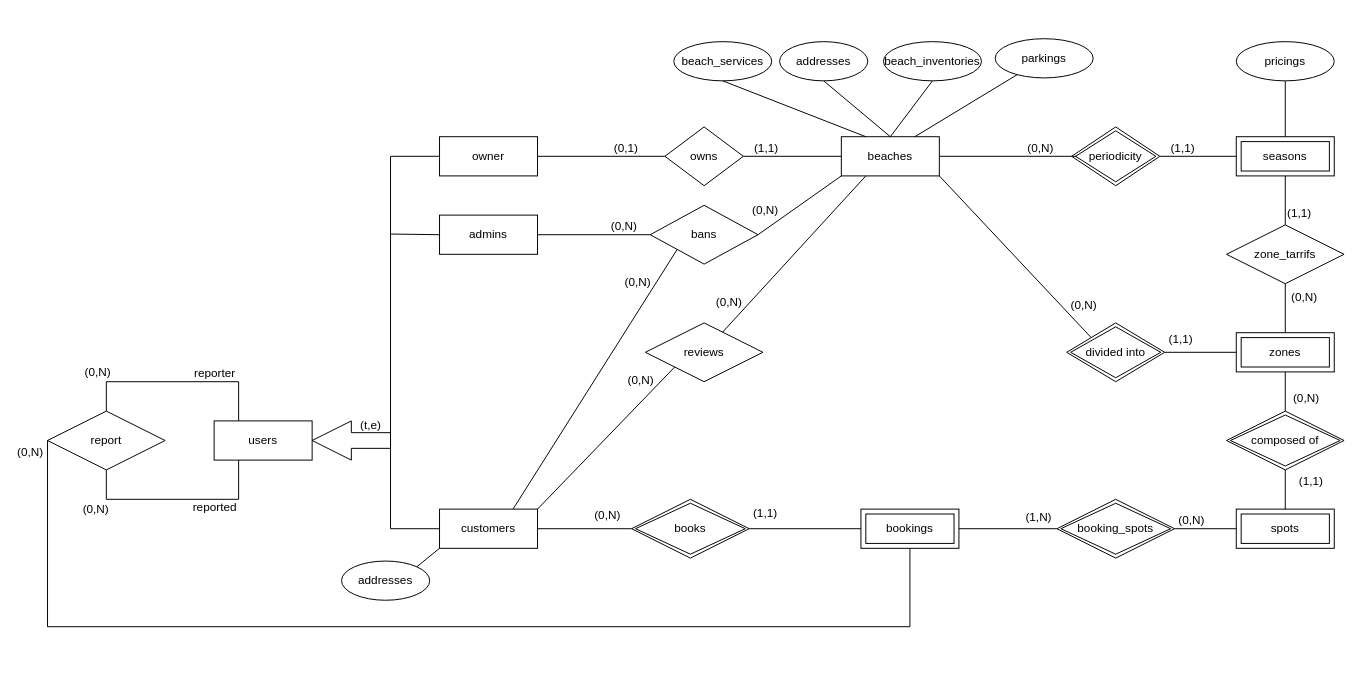
The draw.io diagram UML/ModelloER.drawio in Teengamer37/gestione_stabilimento_balneare, before the edit. Source tidied: cells renumbered, new cells numbered last; positions are measured from the earlier drawing's top-left corner, leaving out a move shared by most shapes. Both pictures are drawn from the tidied source at 98%, with x=0, y=0 at pixel (44, 38).
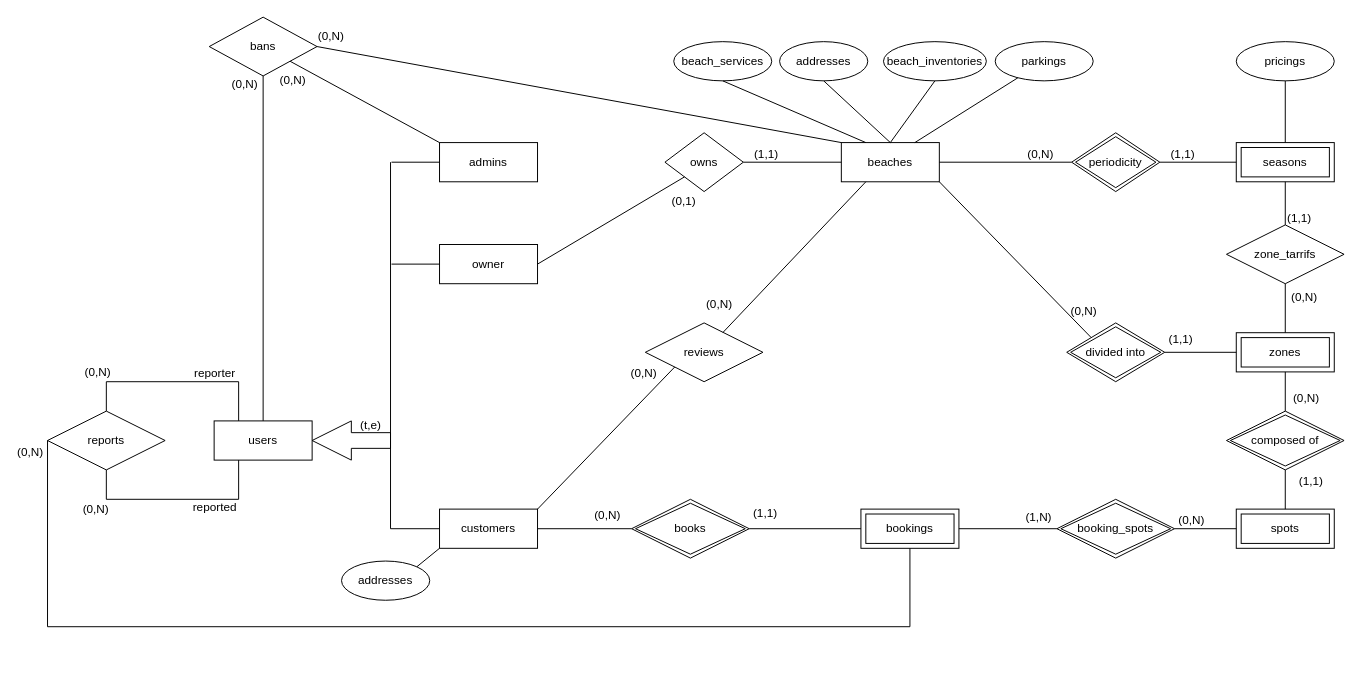
Above is the later version.

Commit message (it also covers changes not shown here):
Creazione schema DB: business rules

Unchanged cells that the change refers to:
```xml
<mxCell id="4" value="users" style="whiteSpace=wrap;html=1;align=center;" parent="1" vertex="1">
  <mxGeometry x="173" y="390" width="100" height="40" as="geometry" />
</mxCell>
<mxCell id="8" value="customers" style="whiteSpace=wrap;html=1;align=center;" parent="1" vertex="1">
  <mxGeometry x="403" y="480" width="100" height="40" as="geometry" />
</mxCell>
<mxCell id="61" style="endArrow=none;html=1;rounded=0;entryX=0.25;entryY=1;entryDx=0;entryDy=0;" parent="1" edge="1" source="24" target="7">
  <mxGeometry relative="1" as="geometry" />
</mxCell>
<mxCell id="63" style="endArrow=none;html=1;rounded=0;entryX=1;entryY=0;entryDx=0;entryDy=0;exitX=0;exitY=1;exitDx=0;exitDy=0;" parent="1" edge="1" source="24" target="8">
  <mxGeometry relative="1" as="geometry" />
</mxCell>
```

Diff of the diagram source:
```diff
@@
     <mxCell id="3" value="admins" style="whiteSpace=wrap;html=1;align=center;" parent="1" vertex="1">
-      <mxGeometry x="403" y="180" width="100" height="40" as="geometry" />
+      <mxGeometry x="403" y="106" width="100" height="40" as="geometry" />
     </mxCell>
@@
     <mxCell id="5" value="beach_inventories" style="ellipse;whiteSpace=wrap;html=1;align=center;" parent="1" vertex="1">
-      <mxGeometry x="856" y="3" width="100" height="40" as="geometry" />
+      <mxGeometry x="856" y="3" width="105" height="40" as="geometry" />
     </mxCell>
@@
     <mxCell id="7" value="beaches" style="whiteSpace=wrap;html=1;align=center;" parent="1" vertex="1">
-      <mxGeometry x="813" y="100" width="100" height="40" as="geometry" />
+      <mxGeometry x="813" y="106" width="100" height="40" as="geometry" />
     </mxCell>
@@
     <mxCell id="9" value="owner" style="whiteSpace=wrap;html=1;align=center;" parent="1" vertex="1">
-      <mxGeometry x="403" y="100" width="100" height="40" as="geometry" />
+      <mxGeometry x="403" y="210" width="100" height="40" as="geometry" />
     </mxCell>
     <mxCell id="10" value="parkings" style="ellipse;whiteSpace=wrap;html=1;align=center;" parent="1" vertex="1">
-      <mxGeometry x="970" width="100" height="40" as="geometry" />
+      <mxGeometry x="970" y="3" width="100" height="40" as="geometry" />
     </mxCell>
@@
     <mxCell id="12" value="seasons" style="shape=ext;margin=3;double=1;whiteSpace=wrap;html=1;align=center;" parent="1" vertex="1">
-      <mxGeometry x="1216" y="100" width="100" height="40" as="geometry" />
+      <mxGeometry x="1216" y="106" width="100" height="40" as="geometry" />
     </mxCell>
@@
     <mxCell id="16" value="owns" style="shape=rhombus;perimeter=rhombusPerimeter;whiteSpace=wrap;html=1;align=center;" parent="1" vertex="1">
-      <mxGeometry x="633" y="90" width="80" height="60" as="geometry" />
+      <mxGeometry x="633" y="96" width="80" height="60" as="geometry" />
     </mxCell>
     <mxCell id="17" value="periodicity" style="shape=rhombus;double=1;perimeter=rhombusPerimeter;whiteSpace=wrap;html=1;align=center;" parent="1" vertex="1">
-      <mxGeometry x="1048" y="90" width="90" height="60" as="geometry" />
+      <mxGeometry x="1048" y="96" width="90" height="60" as="geometry" />
     </mxCell>
@@
-    <mxCell id="20" value="report" style="shape=rhombus;perimeter=rhombusPerimeter;whiteSpace=wrap;html=1;align=center;" parent="1" vertex="1">
+    <mxCell id="20" value="reports" style="shape=rhombus;perimeter=rhombusPerimeter;whiteSpace=wrap;html=1;align=center;" parent="1" vertex="1">
       <mxGeometry x="3" y="380" width="120" height="60" as="geometry" />
     </mxCell>
     <mxCell id="21" value="bans" style="shape=rhombus;perimeter=rhombusPerimeter;whiteSpace=wrap;html=1;align=center;" parent="1" vertex="1">
-      <mxGeometry x="618" y="170" width="110" height="60" as="geometry" />
+      <mxGeometry x="168" y="-22" width="110" height="60" as="geometry" />
     </mxCell>
@@
-    <mxCell id="33" style="line;strokeWidth=1;dashed=0;labelPosition=right;align=left;verticalAlign=middle;spacingTop=0;spacingLeft=6;" parent="1" vertex="1">
-      <mxGeometry x="353" y="115" width="50" height="10" as="geometry" />
-    </mxCell>
     <mxCell id="34" style="endArrow=none;html=1;rounded=0;" parent="1" edge="1">
       <mxGeometry relative="1" as="geometry">
         <mxPoint x="353" y="500" as="sourcePoint" />
-        <mxPoint x="353" y="120" as="targetPoint" />
+        <mxPoint x="353" y="126" as="targetPoint" />
       </mxGeometry>
     </mxCell>
@@
     <mxCell id="37" style="endArrow=none;html=1;rounded=0;entryX=0;entryY=0.5;entryDx=0;entryDy=0;" parent="1" edge="1" target="3">
       <mxGeometry relative="1" as="geometry">
-        <mxPoint x="353" y="199.3" as="sourcePoint" />
+        <mxPoint x="354" y="126" as="sourcePoint" />
       </mxGeometry>
     </mxCell>
@@
-    <mxCell id="47" style="endArrow=none;html=1;rounded=0;entryX=0;entryY=0.5;entryDx=0;entryDy=0;exitX=1;exitY=0.5;exitDx=0;exitDy=0;" parent="1" edge="1" source="9" target="16">
+    <mxCell id="47" style="endArrow=none;html=1;rounded=0;entryX=0;entryY=1;entryDx=0;entryDy=0;exitX=1;exitY=0.5;exitDx=0;exitDy=0;" parent="1" edge="1" source="9" target="16">
       <mxGeometry relative="1" as="geometry" />
     </mxCell>
     <mxCell id="48" value="(0,1)" style="html=1;whiteSpace=wrap;align=right;verticalAlign=bottom;" parent="47" vertex="1">
       <mxGeometry x="1" relative="1" as="geometry">
-        <mxPoint x="-26" as="offset" />
+        <mxPoint x="13" y="33" as="offset" />
       </mxGeometry>
     </mxCell>
@@
-    <mxCell id="51" style="endArrow=none;html=1;rounded=0;entryX=1;entryY=0.5;entryDx=0;entryDy=0;" parent="1" edge="1" target="7">
-      <mxGeometry relative="1" as="geometry">
-        <mxPoint x="1053" y="120" as="sourcePoint" />
-      </mxGeometry>
+    <mxCell id="51" style="endArrow=none;html=1;rounded=0;entryX=1;entryY=0.5;entryDx=0;entryDy=0;exitX=0;exitY=0.5;exitDx=0;exitDy=0;" parent="1" edge="1" source="17" target="7">
+      <mxGeometry relative="1" as="geometry" />
     </mxCell>
@@
-    <mxCell id="55" style="endArrow=none;html=1;rounded=0;entryX=1;entryY=0.5;entryDx=0;entryDy=0;exitX=0;exitY=0.5;exitDx=0;exitDy=0;" parent="1" edge="1" source="21" target="3">
-      <mxGeometry relative="1" as="geometry" />
-    </mxCell>
-    <mxCell id="56" value="(0,N)" style="html=1;whiteSpace=wrap;align=right;verticalAlign=bottom;" parent="55" vertex="1">
-      <mxGeometry x="1" relative="1" as="geometry">
-        <mxPoint x="103" as="offset" />
-      </mxGeometry>
-    </mxCell>
@@
-    <mxCell id="59" style="endArrow=none;html=1;rounded=0;entryX=0;entryY=1;entryDx=0;entryDy=0;exitX=1;exitY=0.5;exitDx=0;exitDy=0;" parent="1" edge="1" source="21" target="7">
-      <mxGeometry relative="1" as="geometry" />
-    </mxCell>
-    <mxCell id="60" value="(0,N)" style="html=1;whiteSpace=wrap;align=right;verticalAlign=bottom;" parent="59" vertex="1">
-      <mxGeometry x="1" relative="1" as="geometry">
-        <mxPoint x="-63" y="43" as="offset" />
-      </mxGeometry>
-    </mxCell>
@@
     <mxCell id="62" value="(0,N)" style="html=1;whiteSpace=wrap;align=right;verticalAlign=bottom;" parent="61" vertex="1">
       <mxGeometry x="1" relative="1" as="geometry">
-        <mxPoint x="-125" y="137" as="offset" />
+        <mxPoint x="-135" y="133" as="offset" />
       </mxGeometry>
     </mxCell>
@@
     <mxCell id="64" value="(0,N)" style="html=1;whiteSpace=wrap;align=right;verticalAlign=bottom;" parent="63" vertex="1">
       <mxGeometry x="1" relative="1" as="geometry">
-        <mxPoint x="120" y="-123" as="offset" />
+        <mxPoint x="123" y="-130" as="offset" />
       </mxGeometry>
     </mxCell>
-    <mxCell id="65" style="endArrow=none;html=1;rounded=0;exitX=0;exitY=1;exitDx=0;exitDy=0;entryX=0.75;entryY=0;entryDx=0;entryDy=0;" parent="1" edge="1" source="21" target="8">
-      <mxGeometry relative="1" as="geometry" />
-    </mxCell>
-    <mxCell id="66" value="(0,N)" style="html=1;whiteSpace=wrap;align=right;verticalAlign=bottom;" parent="65" vertex="1">
-      <mxGeometry x="1" relative="1" as="geometry">
-        <mxPoint x="142" y="-223" as="offset" />
-      </mxGeometry>
-    </mxCell>
@@
+    <mxCell id="87" style="endArrow=none;html=1;rounded=0;entryX=0.5;entryY=0;entryDx=0;entryDy=0;" parent="1" edge="1" source="21" target="4">
+      <mxGeometry relative="1" as="geometry" />
+    </mxCell>
+    <mxCell id="88" value="(0,N)" style="html=1;whiteSpace=wrap;align=right;verticalAlign=bottom;" parent="87" vertex="1">
+      <mxGeometry x="1" relative="1" as="geometry">
+        <mxPoint x="-4" y="-335" as="offset" />
+      </mxGeometry>
+    </mxCell>
+    <mxCell id="59" style="endArrow=none;html=1;rounded=0;entryX=0;entryY=0;entryDx=0;entryDy=0;exitX=1;exitY=0.5;exitDx=0;exitDy=0;" parent="1" edge="1" source="21" target="7">
+      <mxGeometry relative="1" as="geometry" />
+    </mxCell>
+    <mxCell id="55" style="endArrow=none;html=1;rounded=0;entryX=0;entryY=0;entryDx=0;entryDy=0;exitX=1;exitY=1;exitDx=0;exitDy=0;" parent="1" edge="1" source="21" target="3">
+      <mxGeometry relative="1" as="geometry" />
+    </mxCell>
+    <mxCell id="89" value="(0,N)" style="html=1;whiteSpace=wrap;align=right;verticalAlign=bottom;" parent="55" vertex="1">
+      <mxGeometry x="1" relative="1" as="geometry">
+        <mxPoint x="-96" y="-100" as="offset" />
+      </mxGeometry>
+    </mxCell>
+    <mxCell id="90" style="endArrow=none;html=1;rounded=0;entryX=0;entryY=0.5;entryDx=0;entryDy=0;" parent="1" edge="1" target="9">
+      <mxGeometry relative="1" as="geometry">
+        <mxPoint x="354" y="230" as="sourcePoint" />
+      </mxGeometry>
+    </mxCell>
+    <mxCell id="91" value="(0,N)" style="html=1;whiteSpace=wrap;align=right;verticalAlign=bottom;" parent="1" vertex="1">
+      <mxGeometry x="268" y="51" as="geometry" />
+    </mxCell>
```
